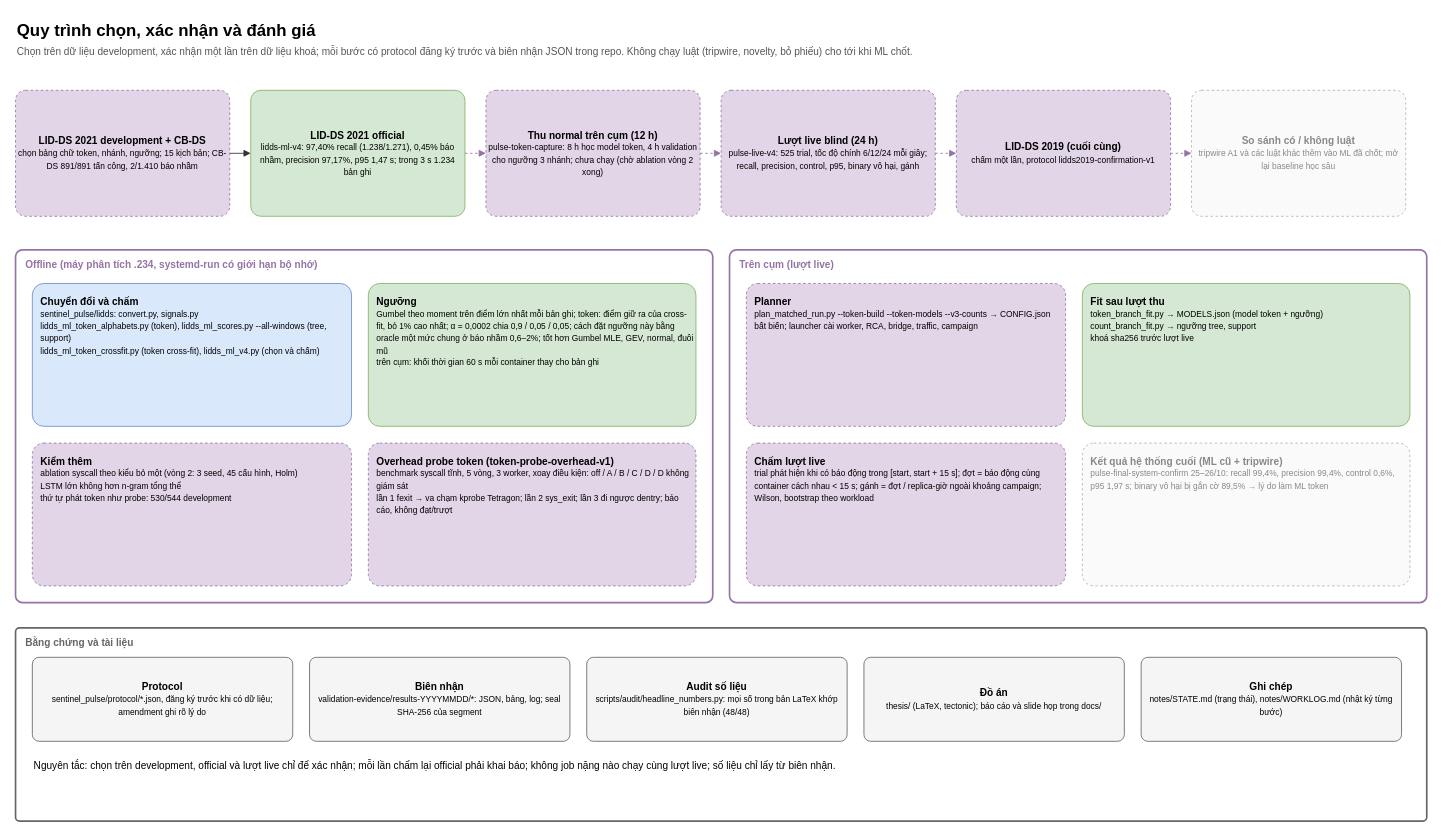
Before: page "5. Học và đánh giá" (5 of 5) of docs/architecture/sentinel-pulse-architecture.drawio in tndat-dev/eBPF-project, a draw.io diagram. Source tidied: cells renumbered, new cells numbered last; positions are measured from the earlier drawing's top-left corner, leaving out a move shared by most shapes. Both pictures are drawn from the tidied source at 84%, with x=0, y=0 at pixel (15, 14).
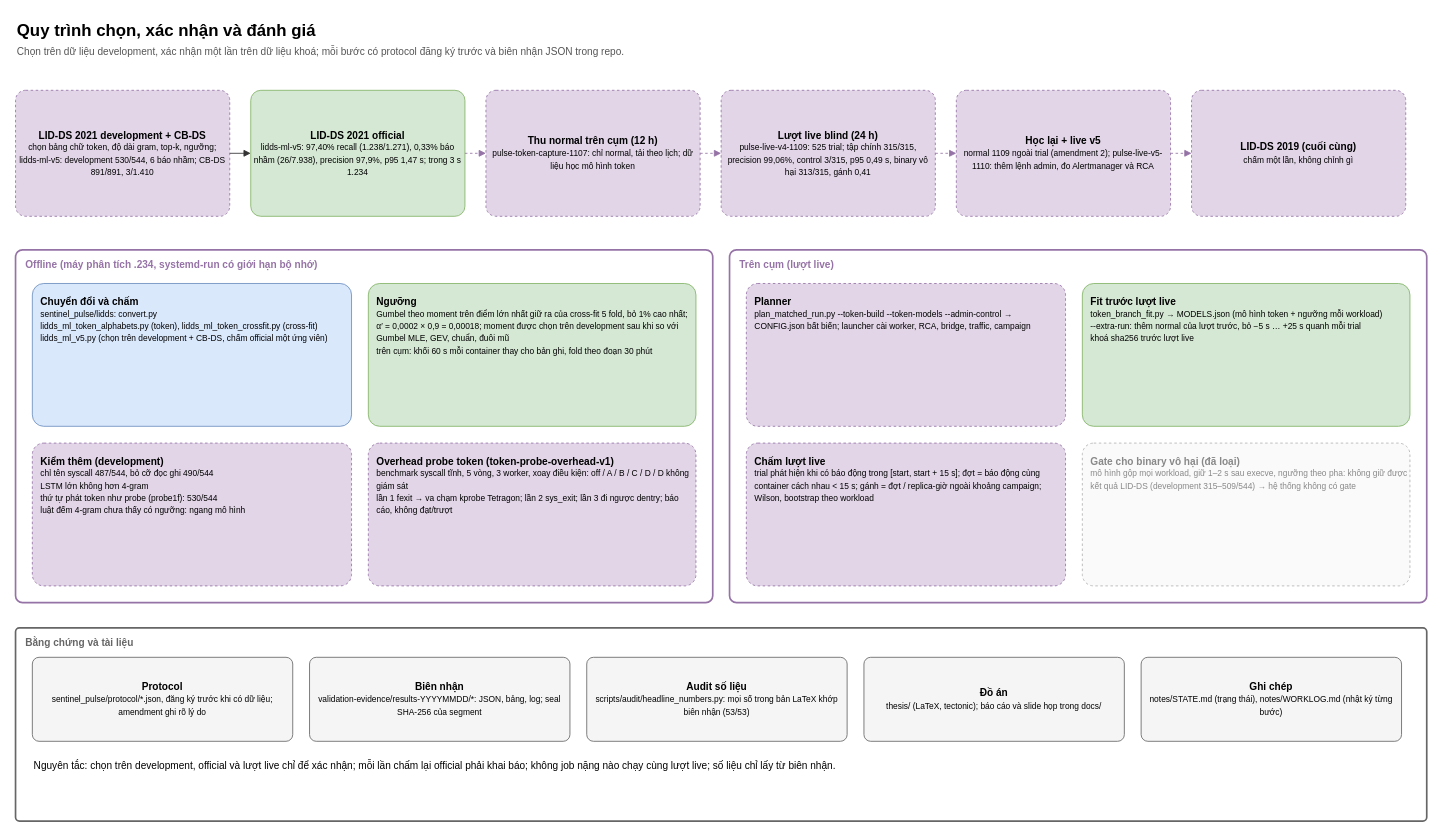
The same page after the edit.

Diff of the diagram source:
```diff
@@
-    <mxCell id="3" value="Chọn trên dữ liệu development, xác nhận một lần trên dữ liệu khoá; mỗi bước có protocol đăng ký trước và biên nhận JSON trong repo. Không chạy luật (tripwire, novelty, bỏ phiếu) cho tới khi ML chốt." style="text;html=1;whiteSpace=wrap;align=left;verticalAlign=top;fontSize=12;fontColor=#555555;" parent="1" vertex="1">
+    <mxCell id="3" value="Chọn trên dữ liệu development, xác nhận một lần trên dữ liệu khoá; mỗi bước có protocol đăng ký trước và biên nhận JSON trong repo." style="text;html=1;whiteSpace=wrap;align=left;verticalAlign=top;fontSize=12;fontColor=#555555;" parent="1" vertex="1">
       <mxGeometry y="30" width="1680" height="22" as="geometry" />
     </mxCell>
-    <mxCell id="4" value="&lt;b&gt;LID-DS 2021 development + CB-DS&lt;/b&gt;&lt;br&gt;&lt;font style=&quot;font-size:10px&quot;&gt;chọn bảng chữ token, nhánh, ngưỡng; 15 kịch bản; CB-DS 891/891 tấn công, 2/1.410 báo nhầm&lt;/font&gt;" style="rounded=1;whiteSpace=wrap;html=1;fillColor=#E1D5E7;strokeColor=#9673A6;dashed=1;arcSize=8;fontSize=12;align=center;spacing=4;" parent="1" vertex="1">
+    <mxCell id="4" value="&lt;b&gt;LID-DS 2021 development + CB-DS&lt;/b&gt;&lt;br&gt;&lt;font style=&quot;font-size:10px&quot;&gt;chọn bảng chữ token, độ dài gram, top-k, ngưỡng; lidds-ml-v5: development 530/544, 6 báo nhầm; CB-DS 891/891, 3/1.410&lt;/font&gt;" style="rounded=1;whiteSpace=wrap;html=1;fillColor=#E1D5E7;strokeColor=#9673A6;dashed=1;arcSize=8;fontSize=12;align=center;spacing=4;" parent="1" vertex="1">
       <mxGeometry y="90" width="255" height="150" as="geometry" />
     </mxCell>
-    <mxCell id="5" value="&lt;b&gt;LID-DS 2021 official&lt;/b&gt;&lt;br&gt;&lt;font style=&quot;font-size:10px&quot;&gt;lidds-ml-v4: 97,40% recall (1.238/1.271), 0,45% báo nhầm, precision 97,17%, p95 1,47 s; trong 3 s 1.234 bản ghi&lt;/font&gt;" style="rounded=1;whiteSpace=wrap;html=1;fillColor=#D5E8D4;strokeColor=#82B366;arcSize=8;fontSize=12;align=center;spacing=4;" parent="1" vertex="1">
+    <mxCell id="5" value="&lt;b&gt;LID-DS 2021 official&lt;/b&gt;&lt;br&gt;&lt;font style=&quot;font-size:10px&quot;&gt;lidds-ml-v5: 97,40% recall (1.238/1.271), 0,33% báo nhầm (26/7.938), precision 97,9%, p95 1,47 s; trong 3 s 1.234&lt;/font&gt;" style="rounded=1;whiteSpace=wrap;html=1;fillColor=#D5E8D4;strokeColor=#82B366;arcSize=8;fontSize=12;align=center;spacing=4;" parent="1" vertex="1">
       <mxGeometry x="280" y="90" width="255" height="150" as="geometry" />
     </mxCell>
@@
-    <mxCell id="7" value="&lt;b&gt;Thu normal trên cụm (12 h)&lt;/b&gt;&lt;br&gt;&lt;font style=&quot;font-size:10px&quot;&gt;pulse-token-capture: 8 h học model token, 4 h validation cho ngưỡng 3 nhánh; chưa chạy (chờ ablation vòng 2 xong)&lt;/font&gt;" style="rounded=1;whiteSpace=wrap;html=1;fillColor=#E1D5E7;strokeColor=#9673A6;dashed=1;arcSize=8;fontSize=12;align=center;spacing=4;" parent="1" vertex="1">
+    <mxCell id="7" value="&lt;b&gt;Thu normal trên cụm (12 h)&lt;/b&gt;&lt;br&gt;&lt;font style=&quot;font-size:10px&quot;&gt;pulse-token-capture-1107: chỉ normal, tải theo lịch; dữ liệu học mô hình token&lt;/font&gt;" style="rounded=1;whiteSpace=wrap;html=1;fillColor=#E1D5E7;strokeColor=#9673A6;dashed=1;arcSize=8;fontSize=12;align=center;spacing=4;" parent="1" vertex="1">
       <mxGeometry x="560" y="90" width="255" height="150" as="geometry" />
     </mxCell>
@@
-    <mxCell id="9" value="&lt;b&gt;Lượt live blind (24 h)&lt;/b&gt;&lt;br&gt;&lt;font style=&quot;font-size:10px&quot;&gt;pulse-live-v4: 525 trial, tốc độ chính 6/12/24 mỗi giây; recall, precision, control, p95, binary vô hại, gánh&lt;/font&gt;" style="rounded=1;whiteSpace=wrap;html=1;fillColor=#E1D5E7;strokeColor=#9673A6;dashed=1;arcSize=8;fontSize=12;align=center;spacing=4;" parent="1" vertex="1">
+    <mxCell id="9" value="&lt;b&gt;Lượt live blind (24 h)&lt;/b&gt;&lt;br&gt;&lt;font style=&quot;font-size:10px&quot;&gt;pulse-live-v4-1109: 525 trial; tập chính 315/315, precision 99,06%, control 3/315, p95 0,49 s, binary vô hại 313/315, gánh 0,41&lt;/font&gt;" style="rounded=1;whiteSpace=wrap;html=1;fillColor=#E1D5E7;strokeColor=#9673A6;dashed=1;arcSize=8;fontSize=12;align=center;spacing=4;" parent="1" vertex="1">
       <mxGeometry x="840" y="90" width="255" height="150" as="geometry" />
     </mxCell>
@@
-    <mxCell id="11" value="&lt;b&gt;LID-DS 2019 (cuối cùng)&lt;/b&gt;&lt;br&gt;&lt;font style=&quot;font-size:10px&quot;&gt;chấm một lần, protocol lidds2019-confirmation-v1&lt;/font&gt;" style="rounded=1;whiteSpace=wrap;html=1;fillColor=#E1D5E7;strokeColor=#9673A6;dashed=1;arcSize=8;fontSize=12;align=center;spacing=4;" parent="1" vertex="1">
+    <mxCell id="11" value="&lt;b&gt;Học lại + live v5&lt;/b&gt;&lt;br&gt;&lt;font style=&quot;font-size:10px&quot;&gt;normal 1109 ngoài trial (amendment 2); pulse-live-v5-1110: thêm lệnh admin, đo Alertmanager và RCA&lt;/font&gt;" style="rounded=1;whiteSpace=wrap;html=1;fillColor=#E1D5E7;strokeColor=#9673A6;dashed=1;arcSize=8;fontSize=12;align=center;spacing=4;" parent="1" vertex="1">
       <mxGeometry x="1120" y="90" width="255" height="150" as="geometry" />
     </mxCell>
@@
-    <mxCell id="13" value="&lt;b&gt;So sánh có / không luật&lt;/b&gt;&lt;br&gt;&lt;font style=&quot;font-size:10px&quot;&gt;tripwire A1 và các luật khác thêm vào ML đã chốt; mở lại baseline học sâu&lt;/font&gt;" style="rounded=1;whiteSpace=wrap;html=1;fillColor=#FAFAFA;strokeColor=#B3B3B3;dashed=1;fontColor=#888888;arcSize=8;fontSize=12;align=center;spacing=4;" parent="1" vertex="1">
+    <mxCell id="13" value="&lt;b&gt;LID-DS 2019 (cuối cùng)&lt;/b&gt;&lt;br&gt;&lt;font style=&quot;font-size:10px&quot;&gt;chấm một lần, không chỉnh gì&lt;/font&gt;" style="rounded=1;whiteSpace=wrap;html=1;fillColor=#E1D5E7;strokeColor=#9673A6;dashed=1;arcSize=8;fontSize=12;align=center;spacing=4;" parent="1" vertex="1">
       <mxGeometry x="1400" y="90" width="255" height="150" as="geometry" />
     </mxCell>
@@
-    <mxCell id="16" value="&lt;b&gt;Chuyển đổi và chấm&lt;/b&gt;&lt;br&gt;&lt;font style=&quot;font-size:10px&quot;&gt;sentinel_pulse/lidds: convert.py, signals.py&lt;br&gt;lidds_ml_token_alphabets.py (token), lidds_ml_scores.py --all-windows (tree, support)&lt;br&gt;lidds_ml_token_crossfit.py (token cross-fit), lidds_ml_v4.py (chọn và chấm)&lt;/font&gt;" style="rounded=1;whiteSpace=wrap;html=1;fillColor=#DAE8FC;strokeColor=#6C8EBF;arcSize=8;fontSize=12;align=left;spacing=4;verticalAlign=top;spacingTop=6;spacingLeft=6;" parent="1" vertex="1">
+    <mxCell id="16" value="&lt;b&gt;Chuyển đổi và chấm&lt;/b&gt;&lt;br&gt;&lt;font style=&quot;font-size:10px&quot;&gt;sentinel_pulse/lidds: convert.py&lt;br&gt;lidds_ml_token_alphabets.py (token), lidds_ml_token_crossfit.py (cross-fit)&lt;br&gt;lidds_ml_v5.py (chọn trên development + CB-DS, chấm official một ứng viên)&lt;/font&gt;" style="rounded=1;whiteSpace=wrap;html=1;fillColor=#DAE8FC;strokeColor=#6C8EBF;arcSize=8;fontSize=12;align=left;spacing=4;verticalAlign=top;spacingTop=6;spacingLeft=6;" parent="1" vertex="1">
       <mxGeometry x="20" y="320" width="380" height="170" as="geometry" />
     </mxCell>
-    <mxCell id="17" value="&lt;b&gt;Ngưỡng&lt;/b&gt;&lt;br&gt;&lt;font style=&quot;font-size:10px&quot;&gt;Gumbel theo moment trên điểm lớn nhất mỗi bản ghi; token: điểm giữ ra của cross-fit, bỏ 1% cao nhất; α = 0,0002 chia 0,9 / 0,05 / 0,05; cách đặt ngưỡng này bằng oracle một mức chung ở báo nhầm 0,6–2%; tốt hơn Gumbel MLE, GEV, normal, đuôi mũ&lt;br&gt;trên cụm: khối thời gian 60 s mỗi container thay cho bản ghi&lt;/font&gt;" style="rounded=1;whiteSpace=wrap;html=1;fillColor=#D5E8D4;strokeColor=#82B366;arcSize=8;fontSize=12;align=left;spacing=4;verticalAlign=top;spacingTop=6;spacingLeft=6;" parent="1" vertex="1">
+    <mxCell id="17" value="&lt;b&gt;Ngưỡng&lt;/b&gt;&lt;br&gt;&lt;font style=&quot;font-size:10px&quot;&gt;Gumbel theo moment trên điểm lớn nhất giữ ra của cross-fit 5 fold, bỏ 1% cao nhất; α′ = 0,0002 × 0,9 = 0,00018; moment được chọn trên development sau khi so với Gumbel MLE, GEV, chuẩn, đuôi mũ&lt;br&gt;trên cụm: khối 60 s mỗi container thay cho bản ghi, fold theo đoạn 30 phút&lt;/font&gt;" style="rounded=1;whiteSpace=wrap;html=1;fillColor=#D5E8D4;strokeColor=#82B366;arcSize=8;fontSize=12;align=left;spacing=4;verticalAlign=top;spacingTop=6;spacingLeft=6;" parent="1" vertex="1">
       <mxGeometry x="420" y="320" width="390" height="170" as="geometry" />
     </mxCell>
-    <mxCell id="18" value="&lt;b&gt;Kiểm thêm&lt;/b&gt;&lt;br&gt;&lt;font style=&quot;font-size:10px&quot;&gt;ablation syscall theo kiểu bỏ một (vòng 2: 3 seed, 45 cấu hình, Holm)&lt;br&gt;LSTM lớn không hơn n-gram tổng thể&lt;br&gt;thứ tự phát token như probe: 530/544 development&lt;/font&gt;" style="rounded=1;whiteSpace=wrap;html=1;fillColor=#E1D5E7;strokeColor=#9673A6;dashed=1;arcSize=8;fontSize=12;align=left;spacing=4;verticalAlign=top;spacingTop=6;spacingLeft=6;" parent="1" vertex="1">
+    <mxCell id="18" value="&lt;b&gt;Kiểm thêm (development)&lt;/b&gt;&lt;br&gt;&lt;font style=&quot;font-size:10px&quot;&gt;chỉ tên syscall 487/544, bỏ cỡ đọc ghi 490/544&lt;br&gt;LSTM lớn không hơn 4-gram&lt;br&gt;thứ tự phát token như probe (probe1f): 530/544&lt;br&gt;luật đếm 4-gram chưa thấy có ngưỡng: ngang mô hình&lt;/font&gt;" style="rounded=1;whiteSpace=wrap;html=1;fillColor=#E1D5E7;strokeColor=#9673A6;dashed=1;arcSize=8;fontSize=12;align=left;spacing=4;verticalAlign=top;spacingTop=6;spacingLeft=6;" parent="1" vertex="1">
       <mxGeometry x="20" y="510" width="380" height="170" as="geometry" />
     </mxCell>
@@
-    <mxCell id="21" value="&lt;b&gt;Planner&lt;/b&gt;&lt;br&gt;&lt;font style=&quot;font-size:10px&quot;&gt;plan_matched_run.py --token-build --token-models --v3-counts → CONFIG.json bất biến; launcher cài worker, RCA, bridge, traffic, campaign&lt;/font&gt;" style="rounded=1;whiteSpace=wrap;html=1;fillColor=#E1D5E7;strokeColor=#9673A6;dashed=1;arcSize=8;fontSize=12;align=left;spacing=4;verticalAlign=top;spacingTop=6;spacingLeft=6;" parent="1" vertex="1">
+    <mxCell id="21" value="&lt;b&gt;Planner&lt;/b&gt;&lt;br&gt;&lt;font style=&quot;font-size:10px&quot;&gt;plan_matched_run.py --token-build --token-models --admin-control → CONFIG.json bất biến; launcher cài worker, RCA, bridge, traffic, campaign&lt;/font&gt;" style="rounded=1;whiteSpace=wrap;html=1;fillColor=#E1D5E7;strokeColor=#9673A6;dashed=1;arcSize=8;fontSize=12;align=left;spacing=4;verticalAlign=top;spacingTop=6;spacingLeft=6;" parent="1" vertex="1">
       <mxGeometry x="870" y="320" width="380" height="170" as="geometry" />
     </mxCell>
-    <mxCell id="22" value="&lt;b&gt;Fit sau lượt thu&lt;/b&gt;&lt;br&gt;&lt;font style=&quot;font-size:10px&quot;&gt;token_branch_fit.py → MODELS.json (model token + ngưỡng)&lt;br&gt;count_branch_fit.py → ngưỡng tree, support&lt;br&gt;khoá sha256 trước lượt live&lt;/font&gt;" style="rounded=1;whiteSpace=wrap;html=1;fillColor=#D5E8D4;strokeColor=#82B366;arcSize=8;fontSize=12;align=left;spacing=4;verticalAlign=top;spacingTop=6;spacingLeft=6;" parent="1" vertex="1">
+    <mxCell id="22" value="&lt;b&gt;Fit trước lượt live&lt;/b&gt;&lt;br&gt;&lt;font style=&quot;font-size:10px&quot;&gt;token_branch_fit.py → MODELS.json (mô hình token + ngưỡng mỗi workload)&lt;br&gt;--extra-run: thêm normal của lượt trước, bỏ −5 s … +25 s quanh mỗi trial&lt;br&gt;khoá sha256 trước lượt live&lt;/font&gt;" style="rounded=1;whiteSpace=wrap;html=1;fillColor=#D5E8D4;strokeColor=#82B366;arcSize=8;fontSize=12;align=left;spacing=4;verticalAlign=top;spacingTop=6;spacingLeft=6;" parent="1" vertex="1">
       <mxGeometry x="1270" y="320" width="390" height="170" as="geometry" />
     </mxCell>
@@
-    <mxCell id="24" value="&lt;b&gt;Kết quả hệ thống cuối (ML cũ + tripwire)&lt;/b&gt;&lt;br&gt;&lt;font style=&quot;font-size:10px&quot;&gt;pulse-final-system-confirm 25–26/10: recall 99,4%, precision 99,4%, control 0,6%, p95 1,97 s; binary vô hại bị gắn cờ 89,5% → lý do làm ML token&lt;/font&gt;" style="rounded=1;whiteSpace=wrap;html=1;fillColor=#FAFAFA;strokeColor=#B3B3B3;dashed=1;fontColor=#888888;arcSize=8;fontSize=12;align=left;spacing=4;verticalAlign=top;spacingTop=6;spacingLeft=6;" parent="1" vertex="1">
+    <mxCell id="24" value="&lt;b&gt;Gate cho binary vô hại (đã loại)&lt;/b&gt;&lt;br&gt;&lt;font style=&quot;font-size:10px&quot;&gt;mô hình gộp mọi workload, giữ 1–2 s sau execve, ngưỡng theo pha: không giữ được kết quả LID-DS (development 315–509/544) → hệ thống không có gate&lt;/font&gt;" style="rounded=1;whiteSpace=wrap;html=1;fillColor=#FAFAFA;strokeColor=#B3B3B3;dashed=1;fontColor=#888888;arcSize=8;fontSize=12;align=left;spacing=4;verticalAlign=top;spacingTop=6;spacingLeft=6;" parent="1" vertex="1">
       <mxGeometry x="1270" y="510" width="390" height="170" as="geometry" />
     </mxCell>
@@
-    <mxCell id="28" value="&lt;b&gt;Audit số liệu&lt;/b&gt;&lt;br&gt;&lt;font style=&quot;font-size:10px&quot;&gt;scripts/audit/headline_numbers.py: mọi số trong bản LaTeX khớp biên nhận (48/48)&lt;/font&gt;" style="rounded=1;whiteSpace=wrap;html=1;fillColor=#F5F5F5;strokeColor=#666666;arcSize=8;fontSize=12;align=center;spacing=4;" parent="1" vertex="1">
+    <mxCell id="28" value="&lt;b&gt;Audit số liệu&lt;/b&gt;&lt;br&gt;&lt;font style=&quot;font-size:10px&quot;&gt;scripts/audit/headline_numbers.py: mọi số trong bản LaTeX khớp biên nhận (53/53)&lt;/font&gt;" style="rounded=1;whiteSpace=wrap;html=1;fillColor=#F5F5F5;strokeColor=#666666;arcSize=8;fontSize=12;align=center;spacing=4;" parent="1" vertex="1">
       <mxGeometry x="680" y="765" width="310" height="100" as="geometry" />
     </mxCell>
```
